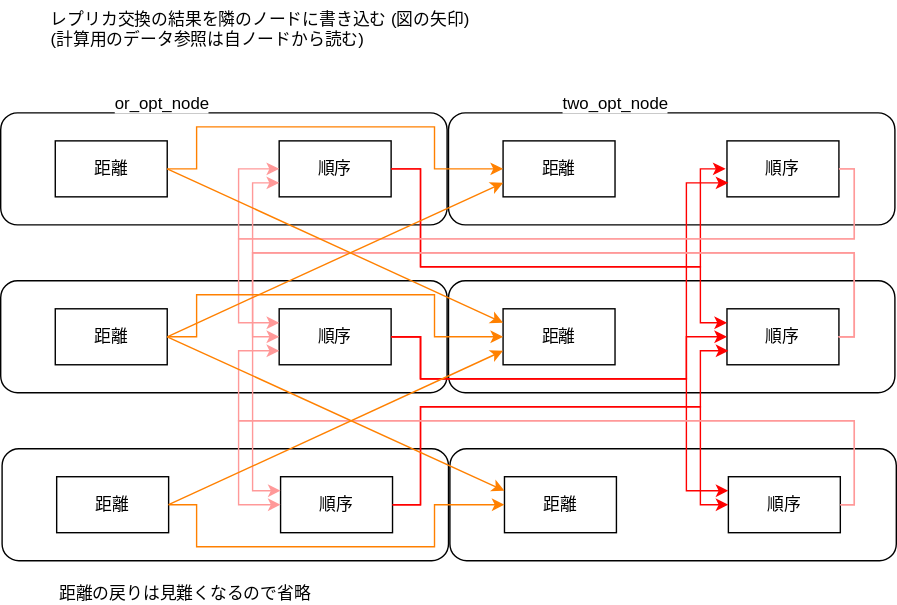
Before: node.svg, a diagram exported from draw.io (tom01h/replica_salesman). Source tidied: cells renumbered, new cells last; positions are measured from the earlier drawing's top-left corner, leaving out a move shared by most shapes.
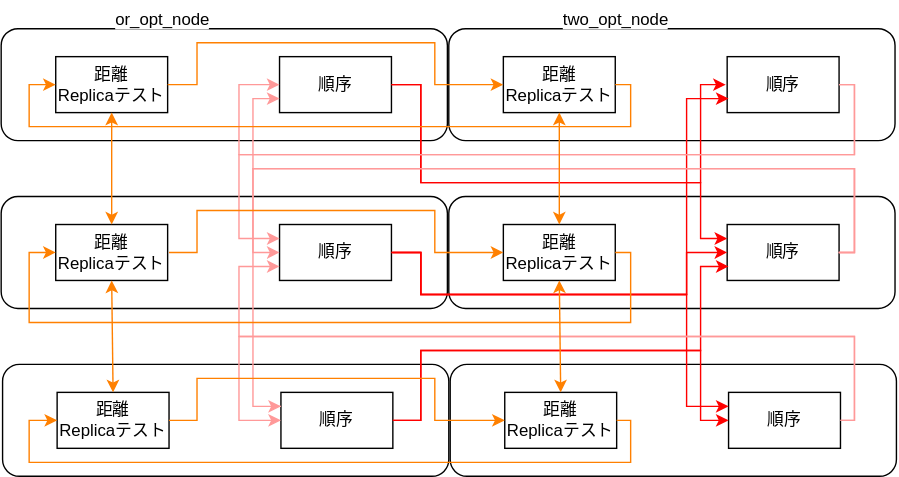
After the commit.

Diff of the diagram source:
```diff
@@ -11,7 +11,7 @@
     <mxCell id="4" value="順序" style="rounded=0;whiteSpace=wrap;html=1;" parent="2" vertex="1">
       <mxGeometry x="199" y="20" width="80" height="40" as="geometry" />
     </mxCell>
-    <mxCell id="5" value="距離" style="rounded=0;whiteSpace=wrap;html=1;" parent="2" vertex="1">
+    <mxCell id="5" value="距離&lt;br style=&quot;font-size: 12px;&quot;&gt;Replicaテスト" style="rounded=0;whiteSpace=wrap;html=1;fontSize=12;" parent="2" vertex="1">
       <mxGeometry x="39" y="20" width="80" height="40" as="geometry" />
     </mxCell>
     <mxCell id="6" style="group;" parent="1" vertex="1">
@@ -23,7 +23,7 @@
     <mxCell id="8" value="順序" style="rounded=0;whiteSpace=wrap;html=1;" parent="6" vertex="1">
       <mxGeometry x="199" y="20" width="80" height="40" as="geometry" />
     </mxCell>
-    <mxCell id="9" value="距離" style="rounded=0;whiteSpace=wrap;html=1;" parent="6" vertex="1">
+    <mxCell id="9" value="距離&lt;br&gt;Replicaテスト" style="rounded=0;whiteSpace=wrap;html=1;" parent="6" vertex="1">
       <mxGeometry x="39" y="20" width="80" height="40" as="geometry" />
     </mxCell>
     <mxCell id="10" style="group;" parent="1" vertex="1">
@@ -35,7 +35,7 @@
     <mxCell id="12" value="順序" style="rounded=0;whiteSpace=wrap;html=1;" parent="10" vertex="1">
       <mxGeometry x="199" y="20" width="80" height="40" as="geometry" />
     </mxCell>
-    <mxCell id="13" value="距離" style="rounded=0;whiteSpace=wrap;html=1;" parent="10" vertex="1">
+    <mxCell id="13" value="距離&lt;br&gt;Replicaテスト" style="rounded=0;whiteSpace=wrap;html=1;" parent="10" vertex="1">
       <mxGeometry x="39" y="20" width="80" height="40" as="geometry" />
     </mxCell>
     <mxCell id="14" style="group;" parent="1" vertex="1">
@@ -47,7 +47,7 @@
     <mxCell id="16" value="順序" style="rounded=0;whiteSpace=wrap;html=1;" parent="14" vertex="1">
       <mxGeometry x="199" y="20" width="80" height="40" as="geometry" />
     </mxCell>
-    <mxCell id="17" value="距離" style="rounded=0;whiteSpace=wrap;html=1;" parent="14" vertex="1">
+    <mxCell id="17" value="距離&lt;br&gt;Replicaテスト" style="rounded=0;whiteSpace=wrap;html=1;" parent="14" vertex="1">
       <mxGeometry x="39" y="20" width="80" height="40" as="geometry" />
     </mxCell>
     <mxCell id="18" style="group;" parent="1" vertex="1">
@@ -59,7 +59,7 @@
     <mxCell id="20" value="順序" style="rounded=0;whiteSpace=wrap;html=1;" parent="18" vertex="1">
       <mxGeometry x="199" y="20" width="80" height="40" as="geometry" />
     </mxCell>
-    <mxCell id="21" value="距離" style="rounded=0;whiteSpace=wrap;html=1;" parent="18" vertex="1">
+    <mxCell id="21" value="距離&lt;br&gt;Replicaテスト" style="rounded=0;whiteSpace=wrap;html=1;" parent="18" vertex="1">
       <mxGeometry x="39" y="20" width="80" height="40" as="geometry" />
     </mxCell>
     <mxCell id="22" style="group;" parent="1" vertex="1">
@@ -71,7 +71,7 @@
     <mxCell id="24" value="順序" style="rounded=0;whiteSpace=wrap;html=1;" parent="22" vertex="1">
       <mxGeometry x="199" y="20" width="80" height="40" as="geometry" />
     </mxCell>
-    <mxCell id="25" value="距離" style="rounded=0;whiteSpace=wrap;html=1;" parent="22" vertex="1">
+    <mxCell id="25" value="距離&lt;br&gt;Replicaテスト" style="rounded=0;whiteSpace=wrap;html=1;" parent="22" vertex="1">
       <mxGeometry x="39" y="20" width="80" height="40" as="geometry" />
     </mxCell>
     <mxCell id="26" style="edgeStyle=orthogonalEdgeStyle;rounded=0;jettySize=auto;html=1;strokeColor=#FF0000;exitX=1;exitY=0.5;exitDx=0;exitDy=0;" parent="1" edge="1" source="4">
@@ -79,8 +79,8 @@
         <mxPoint x="520" y="250" as="targetPoint" />
         <Array as="points">
           <mxPoint x="300" y="360" />
-          <mxPoint x="300" y="290" />
-          <mxPoint x="500" y="290" />
+          <mxPoint x="300" y="310" />
+          <mxPoint x="500" y="310" />
           <mxPoint x="500" y="250" />
         </Array>
       </mxGeometry>
@@ -120,8 +120,8 @@
       <mxGeometry relative="1" as="geometry">
         <Array as="points">
           <mxPoint x="300" y="360" />
-          <mxPoint x="300" y="290" />
-          <mxPoint x="500" y="290" />
+          <mxPoint x="300" y="310" />
+          <mxPoint x="500" y="310" />
           <mxPoint x="500" y="360" />
         </Array>
       </mxGeometry>
@@ -226,60 +226,84 @@
         </Array>
       </mxGeometry>
     </mxCell>
-    <mxCell id="40" style="endArrow=classic;html=1;strokeColor=#FF8000;entryX=0;entryY=0.25;entryDx=0;entryDy=0;exitX=1;exitY=0.5;exitDx=0;exitDy=0;" parent="1" edge="1" source="13" target="21">
+    <mxCell id="40" style="endArrow=classic;html=1;strokeColor=#FF8000;exitX=0.5;exitY=1;exitDx=0;exitDy=0;entryX=0.5;entryY=0;entryDx=0;entryDy=0;startArrow=classic;startFill=1;" parent="1" edge="1" source="13" target="9">
       <mxGeometry relative="1" as="geometry" />
     </mxCell>
-    <mxCell id="41" style="endArrow=classic;html=1;strokeColor=#FF8000;entryX=0;entryY=0.75;entryDx=0;entryDy=0;exitX=1;exitY=0.5;exitDx=0;exitDy=0;" parent="1" edge="1" source="5" target="21">
-      <mxGeometry relative="1" as="geometry" />
+    <mxCell id="41" style="edgeStyle=orthogonalEdgeStyle;rounded=0;jettySize=auto;html=1;strokeColor=#FF8000;entryX=0;entryY=0.5;entryDx=0;entryDy=0;" parent="1" edge="1" target="21">
+      <mxGeometry relative="1" as="geometry">
+        <mxPoint x="120" y="240" as="sourcePoint" />
+        <Array as="points">
+          <mxPoint x="140" y="240" />
+          <mxPoint x="140" y="210" />
+          <mxPoint x="310" y="210" />
+          <mxPoint x="310" y="240" />
+        </Array>
+      </mxGeometry>
     </mxCell>
-    <mxCell id="42" style="endArrow=classic;html=1;strokeColor=#FF8000;entryX=0;entryY=0.75;entryDx=0;entryDy=0;exitX=1;exitY=0.5;exitDx=0;exitDy=0;" parent="1" edge="1" source="9" target="25">
-      <mxGeometry relative="1" as="geometry" />
+    <mxCell id="42" style="edgeStyle=orthogonalEdgeStyle;rounded=0;jettySize=auto;html=1;exitX=1;exitY=0.5;exitDx=0;exitDy=0;entryX=0;entryY=0.5;entryDx=0;entryDy=0;strokeColor=#FF8000;" parent="1" edge="1" source="5" target="17">
+      <mxGeometry relative="1" as="geometry">
+        <Array as="points">
+          <mxPoint x="140" y="360" />
+          <mxPoint x="140" y="330" />
+          <mxPoint x="310" y="330" />
+          <mxPoint x="310" y="360" />
+        </Array>
+      </mxGeometry>
     </mxCell>
-    <mxCell id="43" style="endArrow=classic;html=1;strokeColor=#FF8000;exitX=1;exitY=0.5;exitDx=0;exitDy=0;entryX=0;entryY=0.25;entryDx=0;entryDy=0;" parent="1" edge="1" source="9" target="17">
-      <mxGeometry relative="1" as="geometry" />
+    <mxCell id="43" style="edgeStyle=orthogonalEdgeStyle;rounded=0;jettySize=auto;html=1;exitX=1;exitY=0.5;exitDx=0;exitDy=0;entryX=0;entryY=0.5;entryDx=0;entryDy=0;strokeColor=#FF8000;" parent="1" edge="1" source="13" target="25">
+      <mxGeometry relative="1" as="geometry">
+        <Array as="points">
+          <mxPoint x="140" y="120" />
+          <mxPoint x="140" y="90" />
+          <mxPoint x="310" y="90" />
+          <mxPoint x="310" y="120" />
+        </Array>
+      </mxGeometry>
     </mxCell>
-    <mxCell id="44" value="距離の戻りは見難くなるので省略" style="text;html=1;strokeColor=none;fillColor=none;align=left;verticalAlign=top;whiteSpace=wrap;rounded=0;fontSize=12;labelBackgroundColor=#ffffff;" parent="1" vertex="1">
-      <mxGeometry x="39.5" y="410" width="190.5" height="20" as="geometry" />
+    <mxCell id="44" value="or_opt_node" style="text;html=1;strokeColor=none;fillColor=none;align=left;verticalAlign=top;whiteSpace=wrap;rounded=0;fontSize=12;labelBackgroundColor=#ffffff;" parent="1" vertex="1">
+      <mxGeometry x="79.5" y="60" width="95.8" height="20" as="geometry" />
     </mxCell>
-    <mxCell id="45" value="レプリカ交換の結果を隣のノードに書き込む (図の矢印)&lt;br&gt;(計算用のデータ参照は自ノードから読む)" style="text;html=1;strokeColor=none;fillColor=none;align=left;verticalAlign=top;whiteSpace=wrap;rounded=0;fontSize=12;labelBackgroundColor=#ffffff;" parent="1" vertex="1">
-      <mxGeometry x="33.5" width="306.5" height="40" as="geometry" />
+    <mxCell id="45" value="two_opt_node" style="text;html=1;strokeColor=none;fillColor=none;align=left;verticalAlign=top;whiteSpace=wrap;rounded=0;fontSize=12;labelBackgroundColor=#ffffff;" parent="1" vertex="1">
+      <mxGeometry x="400" y="60" width="95.8" height="20" as="geometry" />
     </mxCell>
-    <mxCell id="46" style="edgeStyle=orthogonalEdgeStyle;rounded=0;jettySize=auto;html=1;strokeColor=#FF8000;entryX=0;entryY=0.5;entryDx=0;entryDy=0;" parent="1" edge="1" target="21">
-      <mxGeometry relative="1" as="geometry">
-        <mxPoint x="120" y="240" as="sourcePoint" />
-        <Array as="points">
-          <mxPoint x="140" y="240" />
-          <mxPoint x="140" y="210" />
-          <mxPoint x="310" y="210" />
-          <mxPoint x="310" y="240" />
-        </Array>
-      </mxGeometry>
+    <mxCell id="46" style="endArrow=classic;html=1;strokeColor=#FF8000;exitX=0.5;exitY=0;exitDx=0;exitDy=0;entryX=0.5;entryY=1;entryDx=0;entryDy=0;startArrow=classic;startFill=1;" parent="1" edge="1" source="5" target="9">
+      <mxGeometry relative="1" as="geometry" />
     </mxCell>
-    <mxCell id="47" style="edgeStyle=orthogonalEdgeStyle;rounded=0;jettySize=auto;html=1;exitX=1;exitY=0.5;exitDx=0;exitDy=0;entryX=0;entryY=0.5;entryDx=0;entryDy=0;strokeColor=#FF8000;" parent="1" edge="1" source="5" target="17">
-      <mxGeometry relative="1" as="geometry">
-        <Array as="points">
-          <mxPoint x="140" y="360" />
-          <mxPoint x="140" y="390" />
-          <mxPoint x="310" y="390" />
-          <mxPoint x="310" y="360" />
-        </Array>
-      </mxGeometry>
+    <mxCell id="47" style="endArrow=classic;html=1;strokeColor=#FF8000;exitX=0.5;exitY=1;exitDx=0;exitDy=0;startArrow=classic;startFill=1;" parent="1" edge="1" source="25" target="21">
+      <mxGeometry relative="1" as="geometry" />
     </mxCell>
-    <mxCell id="48" style="edgeStyle=orthogonalEdgeStyle;rounded=0;jettySize=auto;html=1;exitX=1;exitY=0.5;exitDx=0;exitDy=0;entryX=0;entryY=0.5;entryDx=0;entryDy=0;strokeColor=#FF8000;" parent="1" edge="1" source="13" target="25">
-      <mxGeometry relative="1" as="geometry">
-        <Array as="points">
-          <mxPoint x="140" y="120" />
-          <mxPoint x="140" y="90" />
-          <mxPoint x="310" y="90" />
-          <mxPoint x="310" y="120" />
-        </Array>
-      </mxGeometry>
+    <mxCell id="48" style="endArrow=classic;html=1;strokeColor=#FF8000;exitX=0.5;exitY=1;exitDx=0;exitDy=0;startArrow=classic;startFill=1;entryX=0.5;entryY=0;entryDx=0;entryDy=0;" parent="1" edge="1" source="21" target="17">
+      <mxGeometry relative="1" as="geometry" />
     </mxCell>
-    <mxCell id="49" value="or_opt_node" style="text;html=1;strokeColor=none;fillColor=none;align=left;verticalAlign=top;whiteSpace=wrap;rounded=0;fontSize=12;labelBackgroundColor=#ffffff;" parent="1" vertex="1">
-      <mxGeometry x="79.5" y="60" width="95.8" height="20" as="geometry" />
+    <mxCell id="49" style="edgeStyle=orthogonalEdgeStyle;rounded=0;jettySize=auto;html=1;exitX=1;exitY=0.5;exitDx=0;exitDy=0;entryX=0;entryY=0.5;entryDx=0;entryDy=0;strokeColor=#FF8000;" parent="1" edge="1" source="17" target="5">
+      <mxGeometry relative="1" as="geometry">
+        <Array as="points">
+          <mxPoint x="450" y="360" />
+          <mxPoint x="450" y="390" />
+          <mxPoint x="20" y="390" />
+          <mxPoint x="20" y="360" />
+        </Array>
+      </mxGeometry>
     </mxCell>
-    <mxCell id="50" value="two_opt_node" style="text;html=1;strokeColor=none;fillColor=none;align=left;verticalAlign=top;whiteSpace=wrap;rounded=0;fontSize=12;labelBackgroundColor=#ffffff;" parent="1" vertex="1">
-      <mxGeometry x="400" y="60" width="95.8" height="20" as="geometry" />
+    <mxCell id="50" style="edgeStyle=orthogonalEdgeStyle;rounded=0;jettySize=auto;html=1;exitX=1;exitY=0.5;exitDx=0;exitDy=0;strokeColor=#FF8000;entryX=0;entryY=0.5;entryDx=0;entryDy=0;" parent="1" edge="1" source="21" target="9">
+      <mxGeometry relative="1" as="geometry">
+        <Array as="points">
+          <mxPoint x="450" y="240" />
+          <mxPoint x="450" y="290" />
+          <mxPoint x="20" y="290" />
+          <mxPoint x="20" y="240" />
+        </Array>
+      </mxGeometry>
     </mxCell>
+    <mxCell id="51" style="edgeStyle=orthogonalEdgeStyle;rounded=0;jettySize=auto;html=1;exitX=1;exitY=0.5;exitDx=0;exitDy=0;strokeColor=#FF8000;entryX=0;entryY=0.5;entryDx=0;entryDy=0;" parent="1" edge="1" source="25" target="13">
+      <mxGeometry relative="1" as="geometry">
+        <Array as="points">
+          <mxPoint x="450" y="120" />
+          <mxPoint x="450" y="150" />
+          <mxPoint x="20" y="150" />
+          <mxPoint x="20" y="120" />
+        </Array>
+      </mxGeometry>
+    </mxCell>
   </root>
 </mxGraphModel>
```
